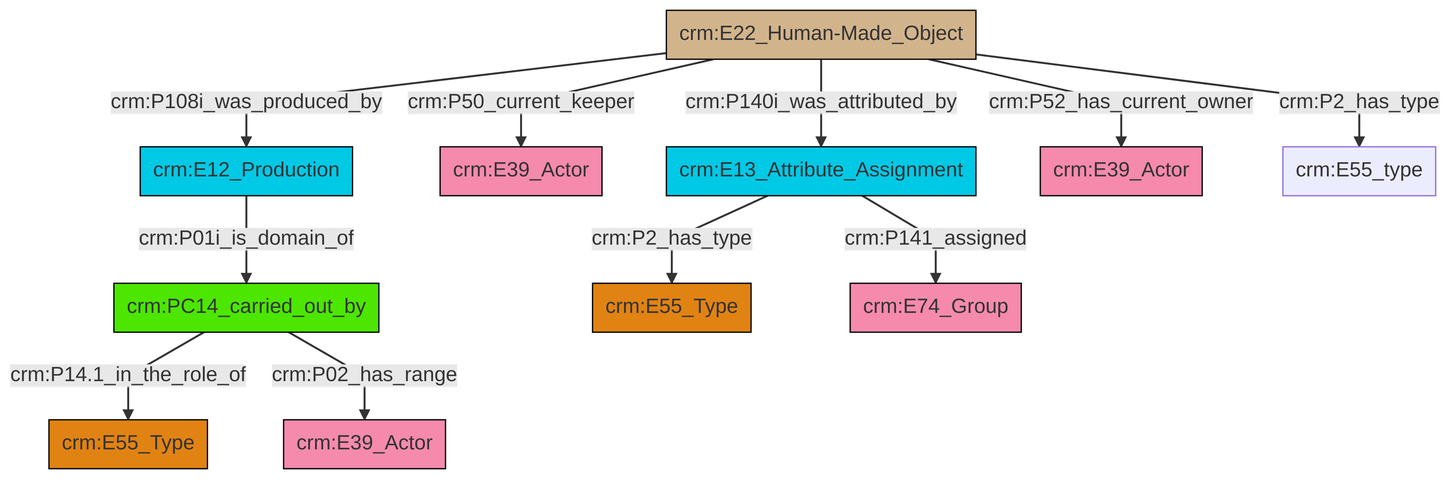
This is et/artworkCSV/ttl/mmd/png/Artwork_Actor_Relations.png from swiss-art-research-net/docs.swissartresearch, a Mermaid export, as it was before one commit. Its source is kept beside it as et/artworkCSV/ttl/mmd/Artwork_Actor_Relations.ttl.mmd.
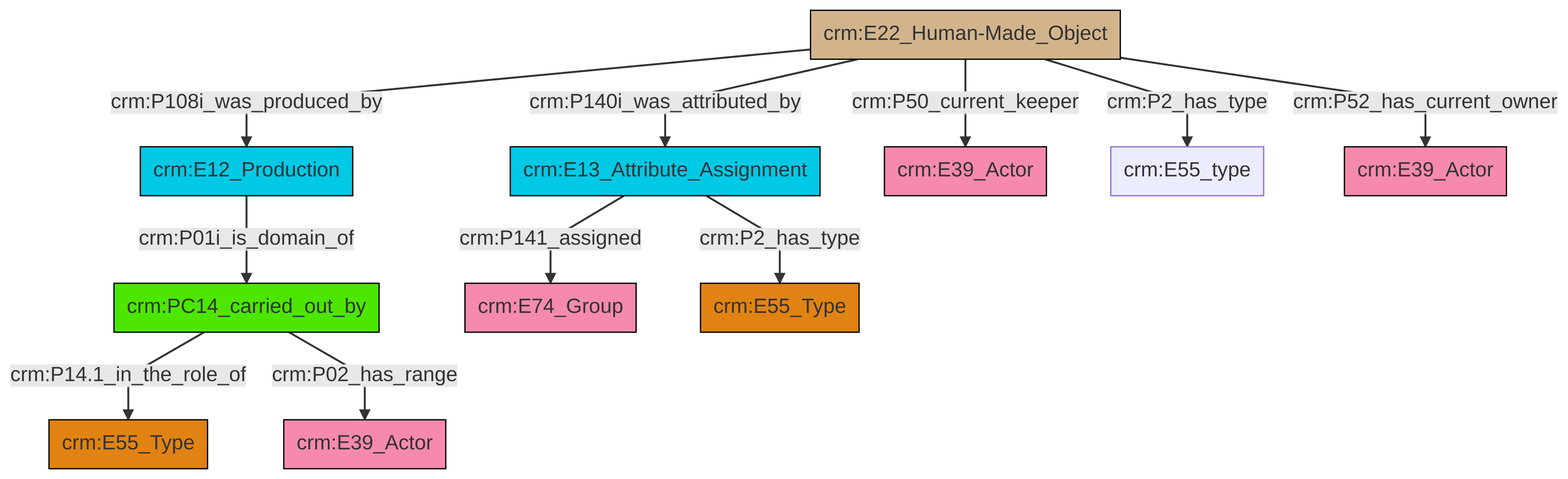
After the commit.

Diff of the diagram source:
```diff
@@ -13,13 +13,13 @@
 classDef PC_Classes fill:#4ce600, stroke:#000000;
 classDef Multi fill:#cccccc,stroke:#000000;
 
-0["crm:E12_Production"]:::Temporal_Entity -->|crm:P01i_is_domain_of| 2["crm:PC14_carried_out_by"]:::PC_Classes
-4["crm:E22_Human-Made_Object"]:::Physical_Thing -->|crm:P108i_was_produced_by| 0["crm:E12_Production"]:::Temporal_Entity
-4["crm:E22_Human-Made_Object"]:::Physical_Thing -->|crm:P140i_was_attributed_by| 8["crm:E13_Attribute_Assignment"]:::Temporal_Entity
-4["crm:E22_Human-Made_Object"]:::Physical_Thing -->|crm:P52_has_current_owner| 9["crm:E39_Actor"]:::Actor
-2["crm:PC14_carried_out_by"]:::PC_Classes -->|crm:P14.1_in_the_role_of| 15["crm:E55_Type"]:::Type
-8["crm:E13_Attribute_Assignment"]:::Temporal_Entity -->|crm:P2_has_type| 11["crm:E55_Type"]:::Type
-2["crm:PC14_carried_out_by"]:::PC_Classes -->|crm:P02_has_range| 17["crm:E39_Actor"]:::Actor
-4["crm:E22_Human-Made_Object"]:::Physical_Thing -->|crm:P50_current_keeper| 6["crm:E39_Actor"]:::Actor
-8["crm:E13_Attribute_Assignment"]:::Temporal_Entity -->|crm:P141_assigned| 19["crm:E74_Group"]:::Actor
-4["crm:E22_Human-Made_Object"]:::Physical_Thing -->|crm:P2_has_type| 13["crm:E55_type"]:::Default
+0["crm:PC14_carried_out_by"]:::PC_Classes -->|crm:P14.1_in_the_role_of| 1["crm:E55_Type"]:::Type
+2["crm:E13_Attribute_Assignment"]:::Temporal_Entity -->|crm:P141_assigned| 3["crm:E74_Group"]:::Actor
+6["crm:E22_Human-Made_Object"]:::Physical_Thing -->|crm:P108i_was_produced_by| 7["crm:E12_Production"]:::Temporal_Entity
+0["crm:PC14_carried_out_by"]:::PC_Classes -->|crm:P02_has_range| 8["crm:E39_Actor"]:::Actor
+2["crm:E13_Attribute_Assignment"]:::Temporal_Entity -->|crm:P2_has_type| 4["crm:E55_Type"]:::Type
+6["crm:E22_Human-Made_Object"]:::Physical_Thing -->|crm:P2_has_type| 13["crm:E55_type"]:::Default
+6["crm:E22_Human-Made_Object"]:::Physical_Thing -->|crm:P52_has_current_owner| 18["crm:E39_Actor"]:::Actor
+6["crm:E22_Human-Made_Object"]:::Physical_Thing -->|crm:P50_current_keeper| 9["crm:E39_Actor"]:::Actor
+7["crm:E12_Production"]:::Temporal_Entity -->|crm:P01i_is_domain_of| 0["crm:PC14_carried_out_by"]:::PC_Classes
+6["crm:E22_Human-Made_Object"]:::Physical_Thing -->|crm:P140i_was_attributed_by| 2["crm:E13_Attribute_Assignment"]:::Temporal_Entity
```
